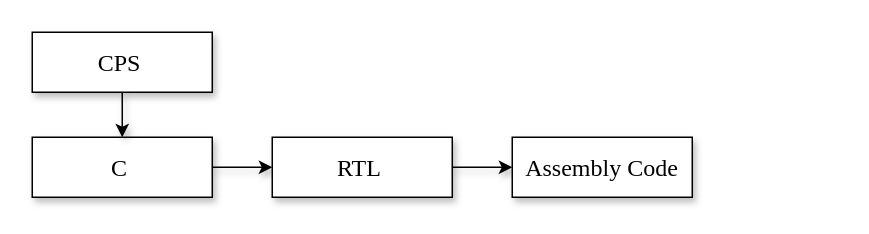
ABigDoge/MyDiagrams keeps this draw.io diagram as tase23/linkir.drawio. Above is the earlier version. Source tidied: cells renumbered, new cells numbered last; positions are measured from the earlier drawing's top-left corner, leaving out a move shared by most shapes. Both pictures are drawn from the tidied source at 150%, with x=0, y=0 at pixel (32, 32).
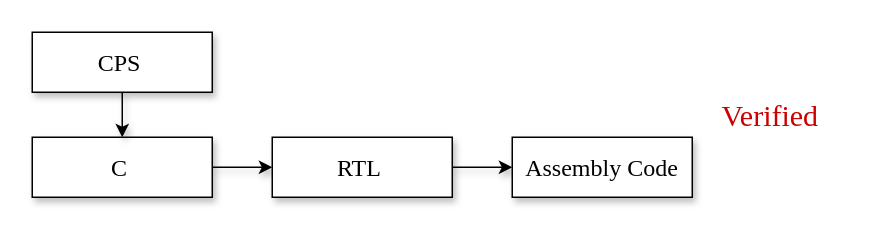
The same page after the edit.

What changed in the source:
```diff
@@
 <mxGraphModel>
   <root>
     <mxCell id="0" />
     <mxCell id="1" parent="0" />
     <mxCell id="2" style="edgeStyle=orthogonalEdgeStyle;rounded=0;jettySize=auto;html=1;shadow=1;" parent="1" edge="1" source="3" target="5">
       <mxGeometry relative="1" as="geometry" />
     </mxCell>
     <mxCell id="3" value="&lt;font style=&quot;font-size: 16px;&quot; face=&quot;Times New Roman&quot;&gt;C&lt;/font&gt;&amp;nbsp;" style="rounded=0;whiteSpace=wrap;html=1;shadow=1;" parent="1" vertex="1">
       <mxGeometry y="70" width="120" height="40" as="geometry" />
     </mxCell>
     <mxCell id="4" style="edgeStyle=orthogonalEdgeStyle;rounded=0;jettySize=auto;html=1;shadow=1;" parent="1" edge="1" source="5" target="6">
       <mxGeometry relative="1" as="geometry" />
     </mxCell>
     <mxCell id="5" value="&lt;font style=&quot;font-size: 16px;&quot; face=&quot;Times New Roman&quot;&gt;RTL&lt;/font&gt;&amp;nbsp;" style="rounded=0;whiteSpace=wrap;html=1;shadow=1;" parent="1" vertex="1">
       <mxGeometry x="160" y="70" width="120" height="40" as="geometry" />
     </mxCell>
     <mxCell id="6" value="&lt;font style=&quot;font-size: 16px;&quot; face=&quot;Times New Roman&quot;&gt;Assembly Code&lt;/font&gt;" style="rounded=0;whiteSpace=wrap;html=1;shadow=1;" parent="1" vertex="1">
       <mxGeometry x="320" y="70" width="120" height="40" as="geometry" />
     </mxCell>
     <mxCell id="7" style="edgeStyle=orthogonalEdgeStyle;rounded=0;jettySize=auto;html=1;shadow=1;" parent="1" edge="1" source="8" target="3">
       <mxGeometry relative="1" as="geometry" />
     </mxCell>
     <mxCell id="8" value="&lt;font style=&quot;font-size: 16px;&quot; face=&quot;Times New Roman&quot;&gt;CPS&lt;/font&gt;&amp;nbsp;" style="rounded=0;whiteSpace=wrap;html=1;shadow=1;" parent="1" vertex="1">
       <mxGeometry width="120" height="40" as="geometry" />
     </mxCell>
+    <mxCell id="9" value="&lt;font style=&quot;font-size: 20px;&quot; color=&quot;#cc0000&quot;&gt;&lt;font style=&quot;font-size: 20px;&quot; face=&quot;Times New Roman&quot;&gt;Verified&lt;/font&gt;&amp;nbsp;&lt;/font&gt;" style="text;html=1;strokeColor=none;fillColor=none;align=center;verticalAlign=middle;whiteSpace=wrap;rounded=0;" parent="1" vertex="1">
+      <mxGeometry x="450" y="40" width="90" height="30" as="geometry" />
+    </mxCell>
   </root>
 </mxGraphModel>
```
